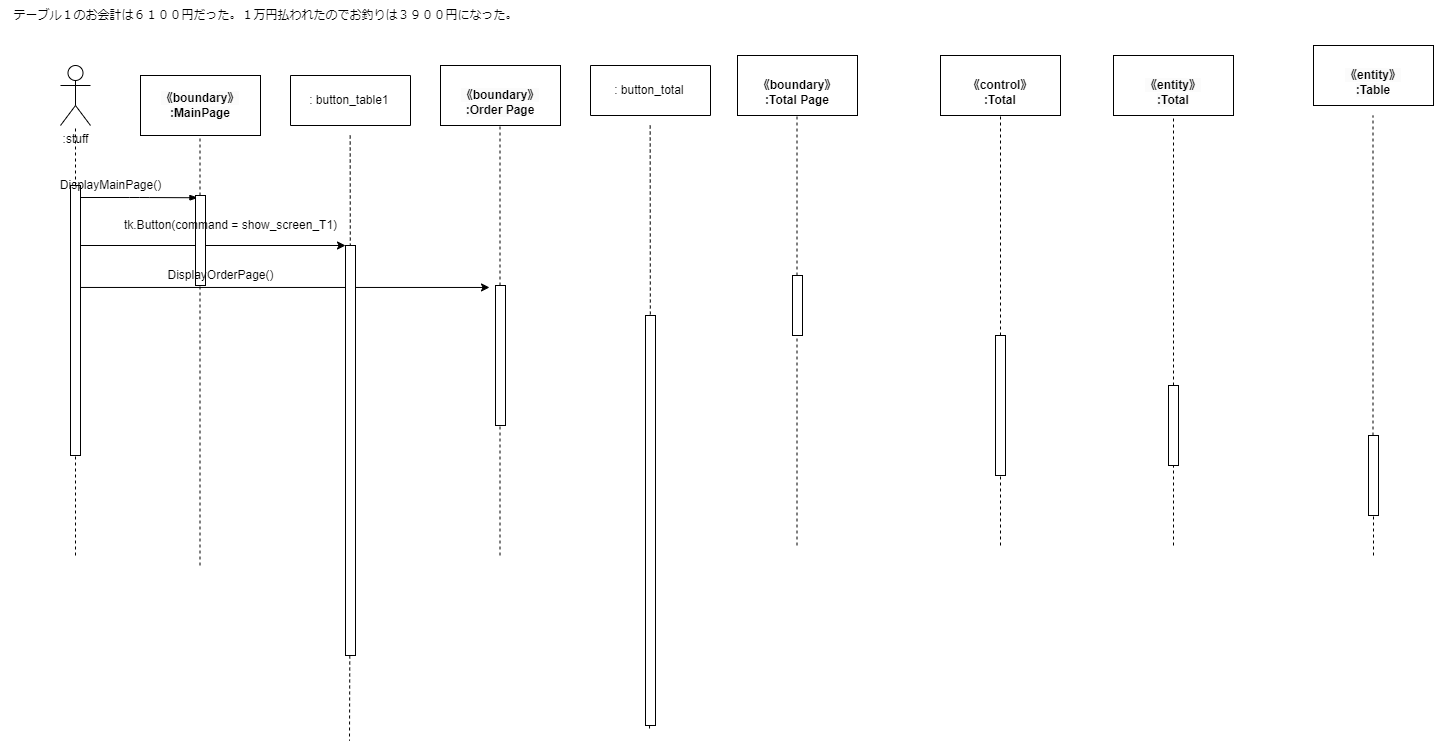
The draw.io diagram psp4/シーケンス図/シーケンス図_会計.drawio.png in MasakiHiguchi/---, before a commit. Source tidied: cells renumbered, new cells last; positions are measured from the earlier drawing's top-left corner, leaving out a move shared by most shapes.
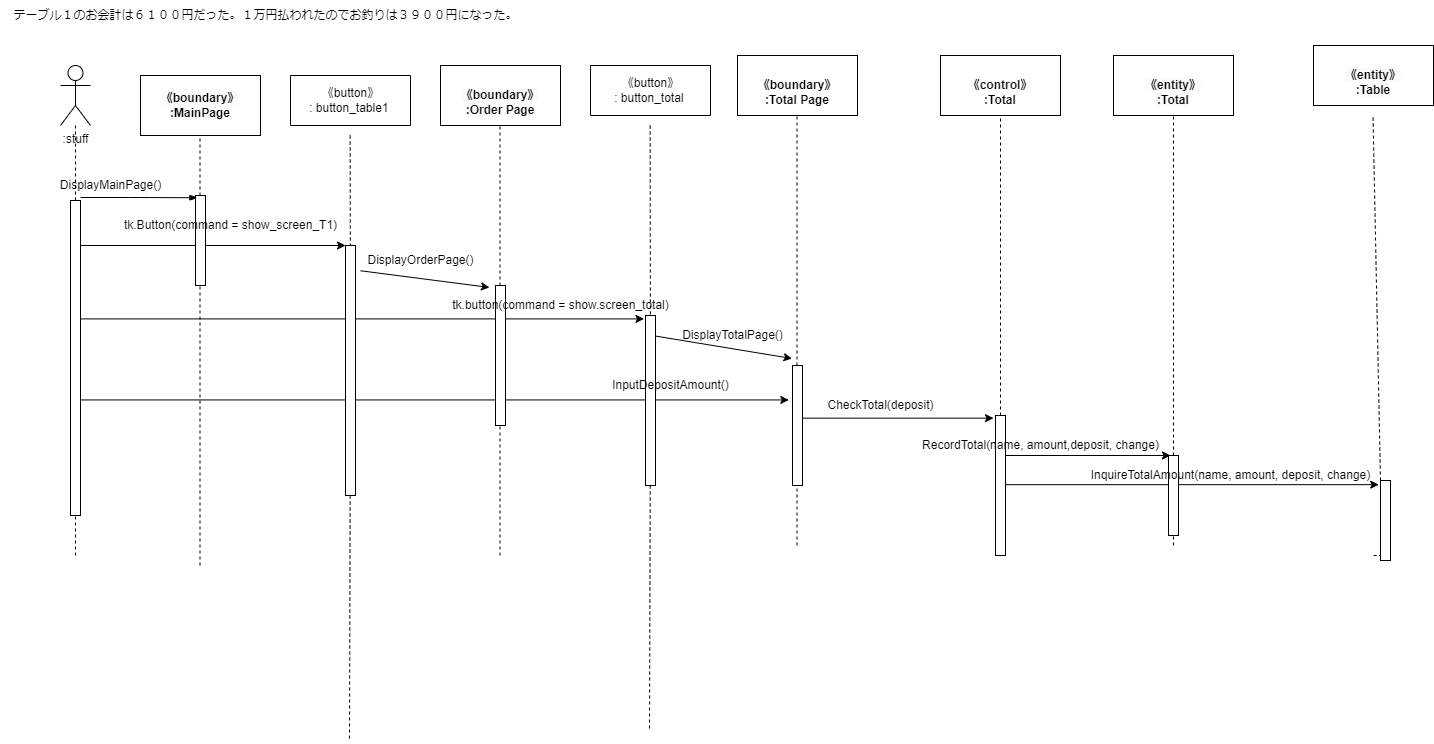
Later version of the same file.

The edit, as a diff of the source:
```diff
@@ -48,11 +48,17 @@
     <mxCell id="13" style="edgeStyle=none;html=1;entryX=0;entryY=0;entryDx=0;entryDy=0;" parent="1" edge="1" source="15" target="42">
       <mxGeometry relative="1" as="geometry" />
     </mxCell>
-    <mxCell id="14" style="edgeStyle=none;html=1;entryX=-0.6;entryY=0.014;entryDx=0;entryDy=0;entryPerimeter=0;" parent="1" edge="1" source="15" target="20">
+    <mxCell id="14" style="edgeStyle=none;html=1;entryX=-0.6;entryY=0.014;entryDx=0;entryDy=0;entryPerimeter=0;exitX=1.5;exitY=0.101;exitDx=0;exitDy=0;exitPerimeter=0;" parent="1" edge="1" source="42" target="20">
       <mxGeometry relative="1" as="geometry" />
     </mxCell>
+    <mxCell id="47" style="edgeStyle=none;html=1;entryX=-0.15;entryY=0.02;entryDx=0;entryDy=0;entryPerimeter=0;" parent="1" edge="1" source="15" target="46">
+      <mxGeometry relative="1" as="geometry" />
+    </mxCell>
+    <mxCell id="48" style="edgeStyle=none;html=1;entryX=-0.371;entryY=0.287;entryDx=0;entryDy=0;entryPerimeter=0;" parent="1" edge="1" source="15" target="22">
+      <mxGeometry relative="1" as="geometry" />
+    </mxCell>
     <mxCell id="15" style="html=1;points=[];perimeter=orthogonalPerimeter;" parent="1" vertex="1">
-      <mxGeometry x="70" y="185" width="10" height="270" as="geometry" />
+      <mxGeometry x="70" y="200" width="10" height="315" as="geometry" />
     </mxCell>
     <mxCell id="16" style="edgeStyle=elbowEdgeStyle;fontSize=12;html=1;endArrow=blockThin;endFill=1;entryX=0.245;entryY=0.025;entryDx=0;entryDy=0;entryPerimeter=0;" parent="1" edge="1" target="18">
       <mxGeometry relative="1" as="geometry">
@@ -80,16 +86,27 @@
         <mxPoint x="796.5" y="545" as="sourcePoint" />
       </mxGeometry>
     </mxCell>
+    <mxCell id="49" style="edgeStyle=none;html=1;entryX=-0.2;entryY=0.019;entryDx=0;entryDy=0;entryPerimeter=0;" parent="1" edge="1" source="22" target="24">
+      <mxGeometry relative="1" as="geometry" />
+    </mxCell>
     <mxCell id="22" style="html=1;points=[];perimeter=orthogonalPerimeter;" parent="1" vertex="1">
-      <mxGeometry x="792" y="275" width="10" height="60" as="geometry" />
+      <mxGeometry x="792" y="365" width="10" height="120" as="geometry" />
     </mxCell>
     <mxCell id="23" style="endArrow=none;dashed=1;html=1;" parent="1" edge="1" target="24">
       <mxGeometry relative="1" as="geometry">
         <mxPoint x="1000" y="545" as="sourcePoint" />
       </mxGeometry>
     </mxCell>
+    <mxCell id="50" style="edgeStyle=none;html=1;" parent="1" edge="1" source="24">
+      <mxGeometry relative="1" as="geometry">
+        <mxPoint x="1170" y="455" as="targetPoint" />
+      </mxGeometry>
+    </mxCell>
+    <mxCell id="51" style="edgeStyle=none;html=1;entryX=-0.178;entryY=0.052;entryDx=0;entryDy=0;entryPerimeter=0;" parent="1" edge="1" source="24" target="33">
+      <mxGeometry relative="1" as="geometry" />
+    </mxCell>
     <mxCell id="24" style="html=1;points=[];perimeter=orthogonalPerimeter;" parent="1" vertex="1">
-      <mxGeometry x="995" y="335" width="10" height="140" as="geometry" />
+      <mxGeometry x="995" y="415" width="10" height="140" as="geometry" />
     </mxCell>
     <mxCell id="25" value="&lt;br&gt;&lt;span style=&quot;color: rgb(0, 0, 0); font-family: Helvetica; font-size: 12px; font-style: normal; font-variant-ligatures: normal; font-variant-caps: normal; font-weight: 700; letter-spacing: normal; orphans: 2; text-align: center; text-indent: 0px; text-transform: none; widows: 2; word-spacing: 0px; -webkit-text-stroke-width: 0px; background-color: rgb(251, 251, 251); text-decoration-thickness: initial; text-decoration-style: initial; text-decoration-color: initial; float: none; display: inline !important;&quot;&gt;《entity》&lt;/span&gt;&lt;br style=&quot;border-color: var(--border-color); padding: 0px; margin: 0px; color: rgb(0, 0, 0); font-family: Helvetica; font-size: 12px; font-style: normal; font-variant-ligatures: normal; font-variant-caps: normal; font-weight: 700; letter-spacing: normal; orphans: 2; text-align: center; text-indent: 0px; text-transform: none; widows: 2; word-spacing: 0px; -webkit-text-stroke-width: 0px; background-color: rgb(251, 251, 251); text-decoration-thickness: initial; text-decoration-style: initial; text-decoration-color: initial;&quot;&gt;&lt;span style=&quot;color: rgb(0, 0, 0); font-family: Helvetica; font-size: 12px; font-style: normal; font-variant-ligatures: normal; font-variant-caps: normal; font-weight: 700; letter-spacing: normal; orphans: 2; text-align: center; text-indent: 0px; text-transform: none; widows: 2; word-spacing: 0px; -webkit-text-stroke-width: 0px; background-color: rgb(251, 251, 251); text-decoration-thickness: initial; text-decoration-style: initial; text-decoration-color: initial; float: none; display: inline !important;&quot;&gt;:Total&lt;/span&gt;" style="rounded=0;whiteSpace=wrap;html=1;" parent="1" vertex="1">
       <mxGeometry x="1113" y="55" width="120" height="60" as="geometry" />
@@ -105,7 +122,7 @@
       </mxGeometry>
     </mxCell>
     <mxCell id="28" style="html=1;points=[];perimeter=orthogonalPerimeter;" parent="1" vertex="1">
-      <mxGeometry x="1168" y="385" width="10" height="80" as="geometry" />
+      <mxGeometry x="1168" y="455" width="10" height="80" as="geometry" />
     </mxCell>
     <mxCell id="29" value="テーブル１のお会計は６１００円だった。１万円払われたのでお釣りは３９００円になった。" style="text;html=1;align=center;verticalAlign=middle;strokeColor=none;fillColor=none;" parent="1" vertex="1">
       <mxGeometry width="530" height="30" as="geometry" />
@@ -124,7 +141,7 @@
       </mxGeometry>
     </mxCell>
     <mxCell id="33" style="html=1;points=[];perimeter=orthogonalPerimeter;" parent="1" vertex="1">
-      <mxGeometry x="1368" y="435" width="10" height="80" as="geometry" />
+      <mxGeometry x="1380" y="480" width="10" height="80" as="geometry" />
     </mxCell>
     <mxCell id="34" value="&lt;span style=&quot;text-align: left;&quot;&gt;DisplayMainPage()&lt;/span&gt;" style="text;html=1;align=center;verticalAlign=middle;strokeColor=none;fillColor=none;" parent="1" vertex="1">
       <mxGeometry x="50" y="170" width="120" height="30" as="geometry" />
@@ -137,8 +154,8 @@
     <mxCell id="36" style="swimlane;startSize=0;" parent="1" vertex="1">
       <mxGeometry x="290" y="75" width="120" height="50" as="geometry" />
     </mxCell>
-    <mxCell id="37" value=": button_table1&amp;nbsp;" style="text;html=1;align=center;verticalAlign=middle;strokeColor=none;fillColor=none;" parent="36" vertex="1">
-      <mxGeometry x="5" y="10" width="110" height="30" as="geometry" />
+    <mxCell id="37" value="《button》&lt;br&gt;: button_table1&amp;nbsp;" style="text;html=1;align=center;verticalAlign=middle;strokeColor=none;fillColor=none;" parent="36" vertex="1">
+      <mxGeometry x="5" y="5" width="110" height="40" as="geometry" />
     </mxCell>
     <mxCell id="38" style="edgeStyle=none;html=1;endArrow=none;endFill=0;dashed=1;startArrow=none;" parent="1" edge="1" source="46">
       <mxGeometry relative="1" as="geometry">
@@ -148,8 +165,8 @@
     <mxCell id="39" style="swimlane;startSize=0;" parent="1" vertex="1">
       <mxGeometry x="590" y="65" width="120" height="50" as="geometry" />
     </mxCell>
-    <mxCell id="40" value=": button_total&amp;nbsp;" style="text;html=1;align=center;verticalAlign=middle;strokeColor=none;fillColor=none;" parent="39" vertex="1">
-      <mxGeometry x="10" y="10" width="100" height="30" as="geometry" />
+    <mxCell id="40" value="《button》&lt;br&gt;: button_total&amp;nbsp;" style="text;html=1;align=center;verticalAlign=middle;strokeColor=none;fillColor=none;" parent="39" vertex="1">
+      <mxGeometry x="10" y="5" width="100" height="40" as="geometry" />
     </mxCell>
     <mxCell id="41" style="edgeStyle=none;html=1;endArrow=none;endFill=0;dashed=1;" parent="1" edge="1" target="42">
       <mxGeometry relative="1" as="geometry">
@@ -157,21 +174,42 @@
       </mxGeometry>
     </mxCell>
     <mxCell id="42" style="rounded=0;whiteSpace=wrap;html=1;" parent="1" vertex="1">
-      <mxGeometry x="345" y="245" width="10" height="410" as="geometry" />
+      <mxGeometry x="345" y="245" width="10" height="250" as="geometry" />
     </mxCell>
     <mxCell id="43" value="tk.Button(command = show_screen_T1)" style="text;html=1;align=center;verticalAlign=middle;strokeColor=none;fillColor=none;" parent="1" vertex="1">
       <mxGeometry x="110" y="210" width="240" height="30" as="geometry" />
     </mxCell>
     <mxCell id="44" value="DisplayOrderPage()" style="text;html=1;align=center;verticalAlign=middle;strokeColor=none;fillColor=none;" parent="1" vertex="1">
-      <mxGeometry x="155" y="260" width="130" height="30" as="geometry" />
+      <mxGeometry x="355" y="245" width="130" height="30" as="geometry" />
     </mxCell>
     <mxCell id="45" style="edgeStyle=none;html=1;endArrow=none;endFill=0;dashed=1;" parent="1" edge="1" target="46">
       <mxGeometry relative="1" as="geometry">
         <mxPoint x="649.7" y="125" as="sourcePoint" />
       </mxGeometry>
     </mxCell>
+    <mxCell id="52" style="edgeStyle=none;html=1;exitX=0.6;exitY=0.117;exitDx=0;exitDy=0;exitPerimeter=0;entryX=-0.05;entryY=-0.058;entryDx=0;entryDy=0;entryPerimeter=0;" parent="1" edge="1" source="46" target="22">
+      <mxGeometry relative="1" as="geometry" />
+    </mxCell>
     <mxCell id="46" style="rounded=0;whiteSpace=wrap;html=1;" parent="1" vertex="1">
-      <mxGeometry x="645" y="315" width="10" height="410" as="geometry" />
+      <mxGeometry x="645" y="315" width="10" height="170" as="geometry" />
     </mxCell>
+    <mxCell id="53" value="tk.button(command = show.screen_total)" style="text;html=1;align=center;verticalAlign=middle;strokeColor=none;fillColor=none;" parent="1" vertex="1">
+      <mxGeometry x="440" y="290" width="240" height="30" as="geometry" />
+    </mxCell>
+    <mxCell id="54" value="DisplayTotalPage()" style="text;html=1;align=center;verticalAlign=middle;strokeColor=none;fillColor=none;" parent="1" vertex="1">
+      <mxGeometry x="672" y="320" width="120" height="30" as="geometry" />
+    </mxCell>
+    <mxCell id="55" value="InputDepositAmount()" style="text;html=1;align=center;verticalAlign=middle;strokeColor=none;fillColor=none;" parent="1" vertex="1">
+      <mxGeometry x="600" y="370" width="140" height="30" as="geometry" />
+    </mxCell>
+    <mxCell id="56" value="CheckTotal(deposit)" style="text;html=1;align=center;verticalAlign=middle;strokeColor=none;fillColor=none;" parent="1" vertex="1">
+      <mxGeometry x="815" y="390" width="130" height="30" as="geometry" />
+    </mxCell>
+    <mxCell id="57" value="RecordTotal(name, amount,deposit, change)" style="text;html=1;align=center;verticalAlign=middle;strokeColor=none;fillColor=none;" parent="1" vertex="1">
+      <mxGeometry x="910" y="430" width="260" height="30" as="geometry" />
+    </mxCell>
+    <mxCell id="58" value="InquireTotalAmount(name, amount, deposit, change)" style="text;html=1;align=center;verticalAlign=middle;strokeColor=none;fillColor=none;" parent="1" vertex="1">
+      <mxGeometry x="1080" y="460" width="300" height="30" as="geometry" />
+    </mxCell>
   </root>
 </mxGraphModel>
```
